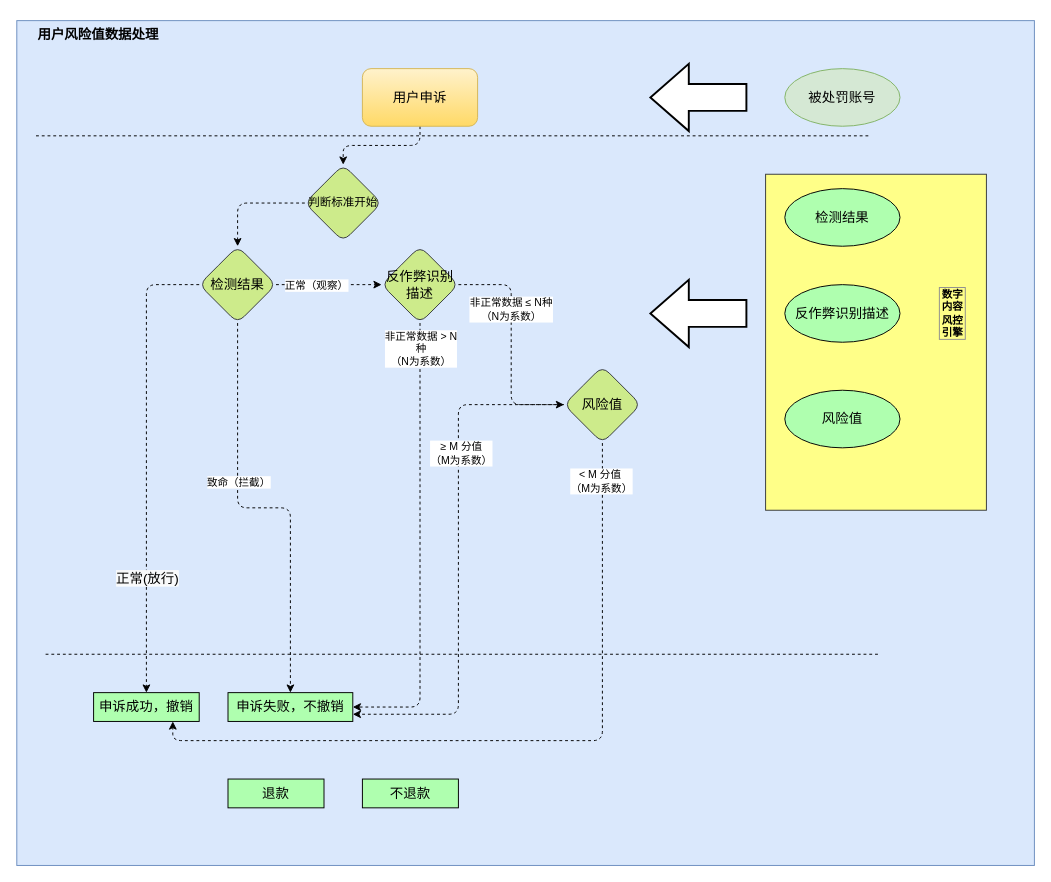
Before: app.diagrams.net/Untitled Diagram.drawio in startarhwa/hello-world, a draw.io diagram. Source tidied: cells renumbered, new cells numbered last; positions are measured from the earlier drawing's top-left corner, leaving out a move shared by most shapes. Both pictures are drawn from the tidied source at 96%, with x=0, y=0 at pixel (16, 20).
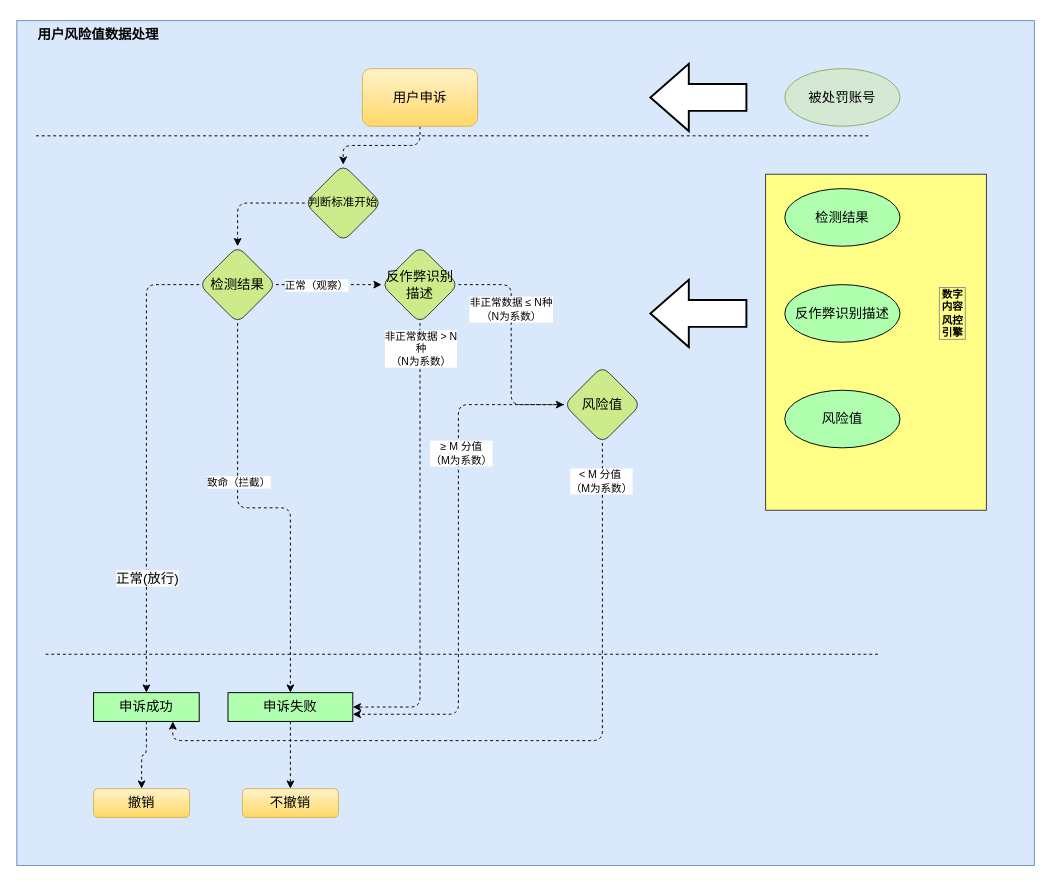
After the change.

Change to the diagram source:
```diff
@@
+    <mxCell id="39" style="edgeStyle=orthogonalEdgeStyle;rounded=1;jettySize=auto;html=1;dashed=1;labelBackgroundColor=default;fontSize=11;fontColor=#000000;" parent="1" edge="1" source="17" target="41">
+      <mxGeometry relative="1" as="geometry" />
+    </mxCell>
-    <mxCell id="17" value="申诉成功，撤销" style="whiteSpace=wrap;html=1;fontSize=14;fillColor=#AFFFAF;strokeColor=rgb(0, 0, 0);fontColor=rgb(0, 0, 0);" parent="1" vertex="1">
+    <mxCell id="17" value="申诉成功" style="whiteSpace=wrap;html=1;fontSize=14;fillColor=#AFFFAF;strokeColor=rgb(0, 0, 0);fontColor=rgb(0, 0, 0);" parent="1" vertex="1">
       <mxGeometry x="80" y="700" width="110" height="30" as="geometry" />
     </mxCell>
-    <mxCell id="18" value="退款" style="whiteSpace=wrap;html=1;fontSize=14;fillColor=#AFFFAF;strokeColor=rgb(0, 0, 0);fontColor=rgb(0, 0, 0);" parent="1" vertex="1">
-      <mxGeometry x="220" y="790" width="100" height="30" as="geometry" />
-    </mxCell>
-    <mxCell id="19" value="不退款" style="whiteSpace=wrap;html=1;fontSize=14;fillColor=#AFFFAF;strokeColor=rgb(0, 0, 0);fontColor=rgb(0, 0, 0);" parent="1" vertex="1">
-      <mxGeometry x="360" y="790" width="100" height="30" as="geometry" />
-    </mxCell>
@@
+    <mxCell id="40" style="edgeStyle=orthogonalEdgeStyle;rounded=1;jettySize=auto;html=1;dashed=1;labelBackgroundColor=default;fontSize=11;fontColor=#000000;" parent="1" edge="1" source="33" target="42">
+      <mxGeometry relative="1" as="geometry" />
+    </mxCell>
-    <mxCell id="33" value="申诉失败，不撤销" style="whiteSpace=wrap;html=1;fontSize=14;fillColor=#AFFFAF;strokeColor=rgb(0, 0, 0);fontColor=rgb(0, 0, 0);" parent="1" vertex="1">
+    <mxCell id="33" value="申诉失败" style="whiteSpace=wrap;html=1;fontSize=14;fillColor=#AFFFAF;strokeColor=rgb(0, 0, 0);fontColor=rgb(0, 0, 0);" parent="1" vertex="1">
       <mxGeometry x="220" y="700" width="130" height="30" as="geometry" />
     </mxCell>
@@
+    <mxCell id="41" value="&lt;span style=&quot;font-size: 14px&quot;&gt;撤销&lt;/span&gt;" style="rounded=1;whiteSpace=wrap;html=1;fillColor=#fff2cc;gradientColor=#ffd966;strokeColor=#d6b656;" parent="1" vertex="1">
+      <mxGeometry x="80" y="800" width="100" height="30" as="geometry" />
+    </mxCell>
+    <mxCell id="42" value="&lt;span style=&quot;font-size: 14px&quot;&gt;不撤销&lt;/span&gt;" style="rounded=1;whiteSpace=wrap;html=1;fillColor=#fff2cc;gradientColor=#ffd966;strokeColor=#d6b656;" parent="1" vertex="1">
+      <mxGeometry x="235" y="800" width="100" height="30" as="geometry" />
+    </mxCell>
```
